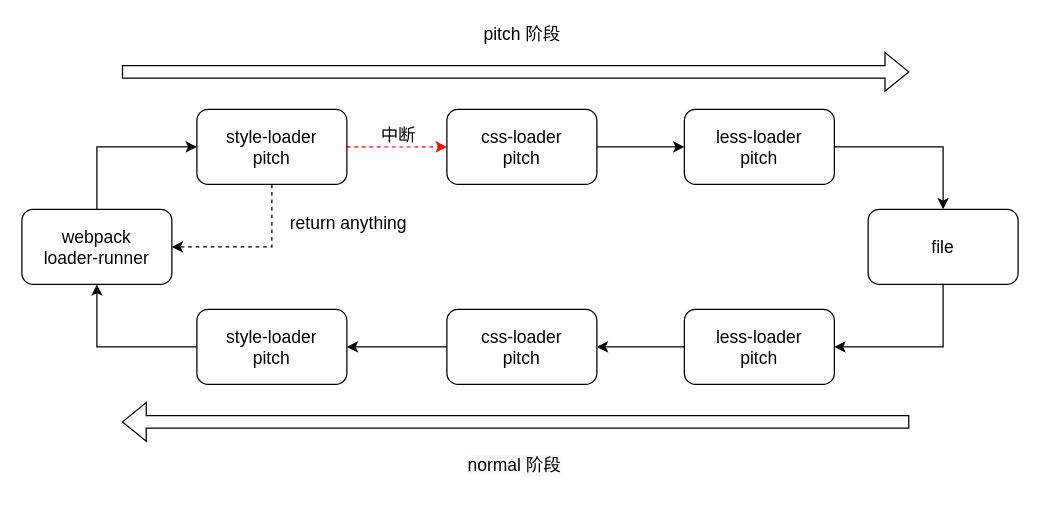
miracles1919/draw.io keeps this draw.io diagram as webpack loader.drawio. Above is the earlier version. Source tidied: cells renumbered, new cells numbered last; positions are measured from the earlier drawing's top-left corner, leaving out a move shared by most shapes. Both pictures are drawn from the tidied source at 125%, with x=0, y=0 at pixel (21, 21).
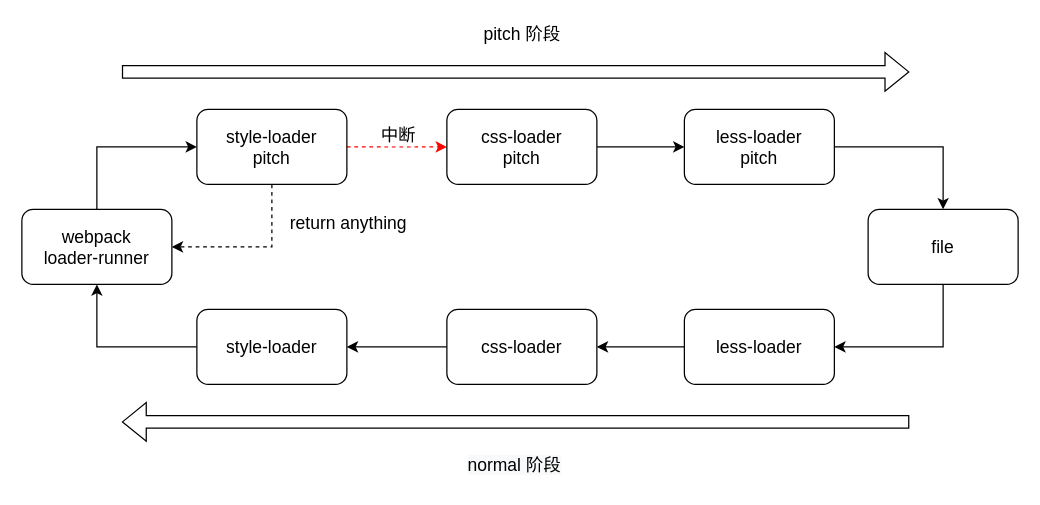
The same diagram, later.

Change to the diagram source:
```diff
@@
-    <mxCell id="15" value="&lt;font style=&quot;font-size: 14px&quot;&gt;style-loader&lt;br&gt;pitch&lt;/font&gt;" style="rounded=1;whiteSpace=wrap;html=1;" parent="1" vertex="1">
+    <mxCell id="15" value="&lt;font style=&quot;font-size: 14px&quot;&gt;style-loader&lt;br&gt;&lt;/font&gt;" style="rounded=1;whiteSpace=wrap;html=1;" parent="1" vertex="1">
       <mxGeometry x="140" y="230" width="120" height="60" as="geometry" />
     </mxCell>
@@
-    <mxCell id="17" value="&lt;font style=&quot;font-size: 14px&quot;&gt;css-loader&lt;br&gt;pitch&lt;/font&gt;" style="rounded=1;whiteSpace=wrap;html=1;" parent="1" vertex="1">
+    <mxCell id="17" value="&lt;font style=&quot;font-size: 14px&quot;&gt;css-loader&lt;br&gt;&lt;/font&gt;" style="rounded=1;whiteSpace=wrap;html=1;" parent="1" vertex="1">
       <mxGeometry x="340" y="230" width="120" height="60" as="geometry" />
     </mxCell>
@@
-    <mxCell id="19" value="&lt;font style=&quot;font-size: 14px&quot;&gt;less-loader&lt;br&gt;pitch&lt;/font&gt;" style="rounded=1;whiteSpace=wrap;html=1;" parent="1" vertex="1">
+    <mxCell id="19" value="&lt;font style=&quot;font-size: 14px&quot;&gt;less-loader&lt;br&gt;&lt;/font&gt;" style="rounded=1;whiteSpace=wrap;html=1;" parent="1" vertex="1">
       <mxGeometry x="530" y="230" width="120" height="60" as="geometry" />
     </mxCell>
```
